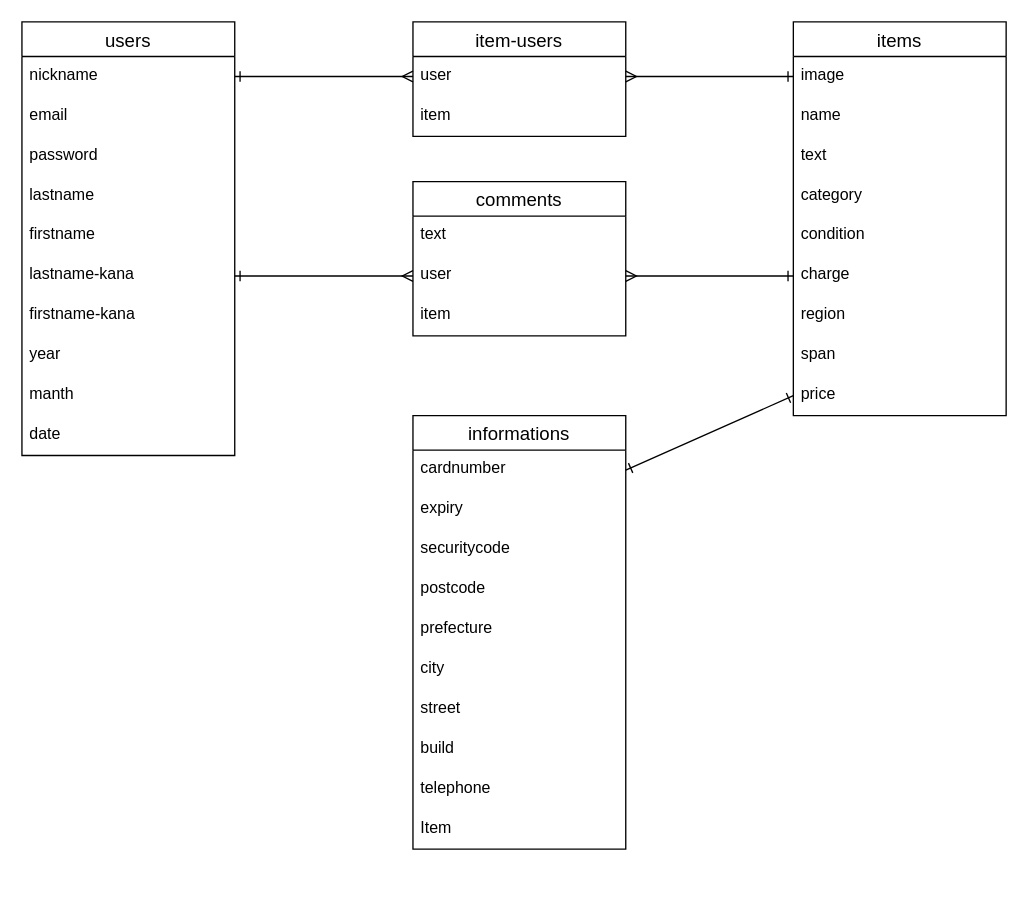
calamelmaiku/furima-40823 keeps this draw.io diagram as furima-40823.dio. Above is the earlier version. Source tidied: cells renumbered, new cells numbered last; positions are measured from the earlier drawing's top-left corner, leaving out a move shared by most shapes. Both pictures are drawn from the tidied source at 133%, with x=0, y=0 at pixel (21, 21).
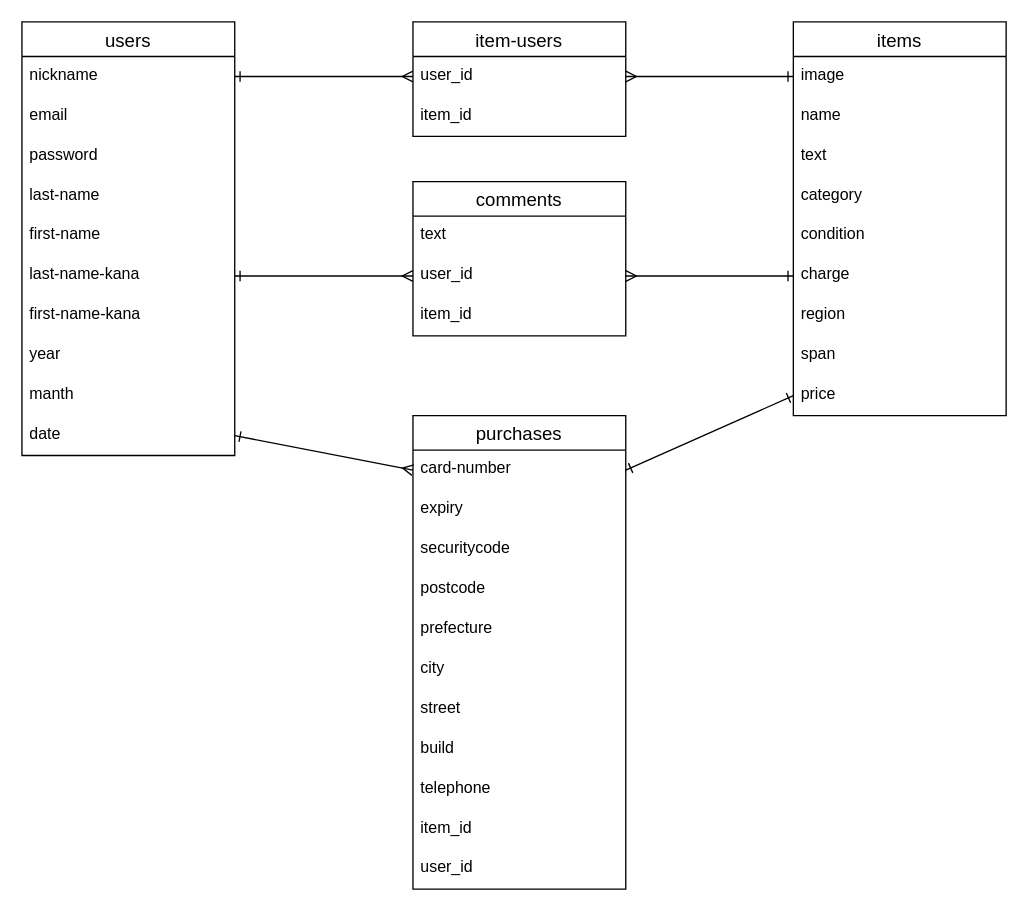
After the change.

Unchanged cells that the change refers to:
```xml
<mxCell id="12" value="comments" style="swimlane;fontStyle=0;horizontal=1;startSize=26;align=center;fontSize=14;" parent="1" vertex="1">
  <mxGeometry x="294" y="120" width="160" height="116" as="geometry" />
</mxCell>
<mxCell id="27" value="users" style="swimlane;fontStyle=0;horizontal=1;startSize=26;align=center;fontSize=14;" parent="1" vertex="1">
  <mxGeometry width="160" height="326" as="geometry" />
</mxCell>
<mxCell id="37" value="date" style="text;strokeColor=none;fillColor=none;spacingLeft=4;spacingRight=4;overflow=hidden;points=[[0,0.5],[1,0.5]];portConstraint=eastwest;fontSize=12;" parent="27" vertex="1">
  <mxGeometry y="296" width="160" height="30" as="geometry" />
</mxCell>
<mxCell id="38" value="item-users" style="swimlane;fontStyle=0;horizontal=1;startSize=26;align=center;fontSize=14;" parent="1" vertex="1">
  <mxGeometry x="294" width="160" height="86" as="geometry" />
</mxCell>
```

Change to the diagram source:
```diff
@@
-    <mxCell id="14" value="user" style="text;strokeColor=none;fillColor=none;spacingLeft=4;spacingRight=4;overflow=hidden;points=[[0,0.5],[1,0.5]];portConstraint=eastwest;fontSize=12;" parent="12" vertex="1">
+    <mxCell id="14" value="user_id" style="text;strokeColor=none;fillColor=none;spacingLeft=4;spacingRight=4;overflow=hidden;points=[[0,0.5],[1,0.5]];portConstraint=eastwest;fontSize=12;" parent="12" vertex="1">
       <mxGeometry y="56" width="160" height="30" as="geometry" />
     </mxCell>
-    <mxCell id="15" value="item" style="text;strokeColor=none;fillColor=none;spacingLeft=4;spacingRight=4;overflow=hidden;fontSize=12;" parent="12" vertex="1">
+    <mxCell id="15" value="item_id" style="text;strokeColor=none;fillColor=none;spacingLeft=4;spacingRight=4;overflow=hidden;fontSize=12;" parent="12" vertex="1">
       <mxGeometry y="86" width="160" height="30" as="geometry" />
     </mxCell>
-    <mxCell id="16" value="informations" style="swimlane;fontStyle=0;horizontal=1;startSize=26;align=center;fontSize=14;" parent="1" vertex="1">
-      <mxGeometry x="294" y="296" width="160" height="326" as="geometry" />
+    <mxCell id="16" value="purchases" style="swimlane;fontStyle=0;horizontal=1;startSize=26;align=center;fontSize=14;" parent="1" vertex="1">
+      <mxGeometry x="294" y="296" width="160" height="356" as="geometry" />
     </mxCell>
-    <mxCell id="17" value="cardnumber" style="text;strokeColor=none;fillColor=none;spacingLeft=4;spacingRight=4;overflow=hidden;points=[[0,0.5],[1,0.5]];portConstraint=eastwest;fontSize=12;" parent="16" vertex="1">
+    <mxCell id="17" value="card-number" style="text;strokeColor=none;fillColor=none;spacingLeft=4;spacingRight=4;overflow=hidden;points=[[0,0.5],[1,0.5]];portConstraint=eastwest;fontSize=12;" parent="16" vertex="1">
       <mxGeometry y="26" width="160" height="30" as="geometry" />
     </mxCell>
@@
-    <mxCell id="26" value="Item" style="text;strokeColor=none;fillColor=none;spacingLeft=4;spacingRight=4;overflow=hidden;fontSize=12;" parent="16" vertex="1">
+    <mxCell id="26" value="item_id" style="text;strokeColor=none;fillColor=none;spacingLeft=4;spacingRight=4;overflow=hidden;fontSize=12;" parent="16" vertex="1">
       <mxGeometry y="296" width="160" height="30" as="geometry" />
     </mxCell>
+    <mxCell id="46" value="user_id" style="text;strokeColor=none;fillColor=none;spacingLeft=4;spacingRight=4;overflow=hidden;fontSize=12;" parent="16" vertex="1">
+      <mxGeometry y="326" width="160" height="30" as="geometry" />
+    </mxCell>
@@
-    <mxCell id="31" value="lastname" style="text;strokeColor=none;fillColor=none;spacingLeft=4;spacingRight=4;overflow=hidden;fontSize=12;" parent="27" vertex="1">
+    <mxCell id="31" value="last-name" style="text;strokeColor=none;fillColor=none;spacingLeft=4;spacingRight=4;overflow=hidden;fontSize=12;" parent="27" vertex="1">
       <mxGeometry y="116" width="160" height="30" as="geometry" />
     </mxCell>
-    <mxCell id="32" value="firstname" style="text;strokeColor=none;fillColor=none;spacingLeft=4;spacingRight=4;overflow=hidden;fontSize=12;" parent="27" vertex="1">
+    <mxCell id="32" value="first-name" style="text;strokeColor=none;fillColor=none;spacingLeft=4;spacingRight=4;overflow=hidden;fontSize=12;" parent="27" vertex="1">
       <mxGeometry y="146" width="160" height="30" as="geometry" />
     </mxCell>
-    <mxCell id="33" value="lastname-kana" style="text;strokeColor=none;fillColor=none;spacingLeft=4;spacingRight=4;overflow=hidden;points=[[0,0.5],[1,0.5]];portConstraint=eastwest;fontSize=12;" parent="27" vertex="1">
+    <mxCell id="33" value="last-name-kana" style="text;strokeColor=none;fillColor=none;spacingLeft=4;spacingRight=4;overflow=hidden;points=[[0,0.5],[1,0.5]];portConstraint=eastwest;fontSize=12;" parent="27" vertex="1">
       <mxGeometry y="176" width="160" height="30" as="geometry" />
     </mxCell>
-    <mxCell id="34" value="firstname-kana" style="text;strokeColor=none;fillColor=none;spacingLeft=4;spacingRight=4;overflow=hidden;fontSize=12;" parent="27" vertex="1">
+    <mxCell id="34" value="first-name-kana" style="text;strokeColor=none;fillColor=none;spacingLeft=4;spacingRight=4;overflow=hidden;fontSize=12;" parent="27" vertex="1">
       <mxGeometry y="206" width="160" height="30" as="geometry" />
     </mxCell>
@@
-    <mxCell id="39" value="user" style="text;strokeColor=none;fillColor=none;spacingLeft=4;spacingRight=4;overflow=hidden;points=[[0,0.5],[1,0.5]];portConstraint=eastwest;fontSize=12;" parent="38" vertex="1">
+    <mxCell id="39" value="user_id" style="text;strokeColor=none;fillColor=none;spacingLeft=4;spacingRight=4;overflow=hidden;points=[[0,0.5],[1,0.5]];portConstraint=eastwest;fontSize=12;" parent="38" vertex="1">
       <mxGeometry y="26" width="160" height="30" as="geometry" />
     </mxCell>
-    <mxCell id="40" value="item" style="text;strokeColor=none;fillColor=none;spacingLeft=4;spacingRight=4;overflow=hidden;fontSize=12;" parent="38" vertex="1">
+    <mxCell id="40" value="item_id" style="text;strokeColor=none;fillColor=none;spacingLeft=4;spacingRight=4;overflow=hidden;fontSize=12;" parent="38" vertex="1">
       <mxGeometry y="56" width="160" height="30" as="geometry" />
     </mxCell>
@@
+    <mxCell id="47" style="edgeStyle=none;html=1;exitX=1;exitY=0.5;exitDx=0;exitDy=0;entryX=0;entryY=0.5;entryDx=0;entryDy=0;startArrow=ERone;startFill=0;endArrow=ERmany;endFill=0;" parent="1" edge="1" source="37" target="17">
+      <mxGeometry relative="1" as="geometry" />
+    </mxCell>
```
